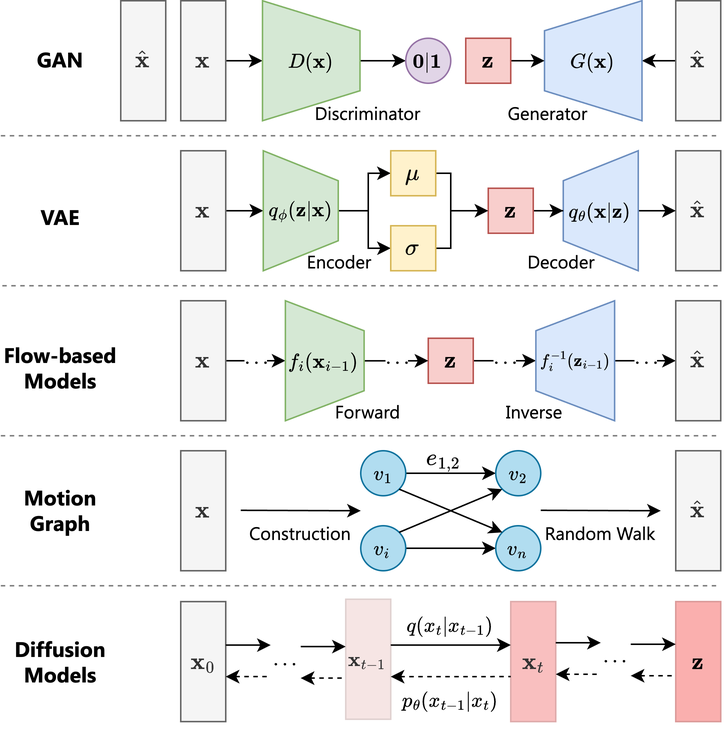
Above: thesis/images/GeneralOverview.png in hmthanh/master_thesis (draw.io), before the change. Source tidied: cells renumbered, new cells last; positions are measured from the earlier drawing's top-left corner, leaving out a move shared by most shapes.
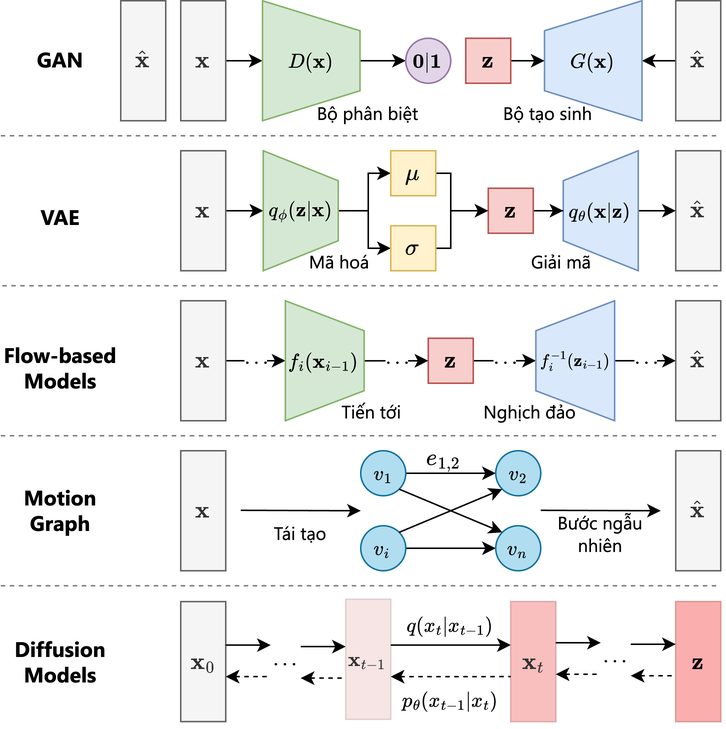
Above is the later version.

The edit, as a diff of the source:
```diff
@@ -246,10 +246,10 @@
         <mxPoint x="450" y="450" as="targetPoint" />
       </mxGeometry>
     </mxCell>
-    <mxCell id="70" value="Construction" style="text;html=1;align=center;verticalAlign=middle;whiteSpace=wrap;rounded=0;fontFamily=Segoe UI;" parent="1" vertex="1">
+    <mxCell id="70" value="Tái tạo" style="text;html=1;align=center;verticalAlign=middle;whiteSpace=wrap;rounded=0;fontFamily=SVN-Segoe UI;" parent="1" vertex="1">
       <mxGeometry x="160" y="340" width="80" height="30" as="geometry" />
     </mxCell>
-    <mxCell id="71" value="Random Walk" style="text;html=1;align=center;verticalAlign=middle;whiteSpace=wrap;rounded=0;fontFamily=Segoe UI;" parent="1" vertex="1">
+    <mxCell id="71" value="Bước ngẫu nhiên" style="text;html=1;align=center;verticalAlign=middle;whiteSpace=wrap;rounded=0;fontFamily=SVN-Segoe UI;" parent="1" vertex="1">
       <mxGeometry x="360" y="340" width="80" height="30" as="geometry" />
     </mxCell>
     <mxCell id="72" value="$$q(x_{t} |x_{t-1})$$" style="text;html=1;align=center;verticalAlign=middle;whiteSpace=wrap;rounded=0;fontFamily=Segoe UI;" parent="1" vertex="1">
@@ -258,11 +258,11 @@
     <mxCell id="73" value="$$p_\theta (x_{t-1} |x_{t})$$" style="text;html=1;align=center;verticalAlign=middle;whiteSpace=wrap;rounded=0;fontFamily=Segoe UI;" parent="1" vertex="1">
       <mxGeometry x="260" y="455.6" width="80" height="20" as="geometry" />
     </mxCell>
-    <mxCell id="74" value="Forward" style="text;html=1;align=center;verticalAlign=middle;whiteSpace=wrap;rounded=0;fontFamily=Segoe UI;" parent="1" vertex="1">
-      <mxGeometry x="205" y="259" width="80" height="30" as="geometry" />
+    <mxCell id="74" value="Tiến tới" style="text;html=1;align=center;verticalAlign=middle;whiteSpace=wrap;rounded=0;fontFamily=SVN-Segoe UI;" parent="1" vertex="1">
+      <mxGeometry x="215" y="259" width="65" height="30" as="geometry" />
     </mxCell>
-    <mxCell id="75" value="Inverse" style="text;html=1;align=center;verticalAlign=middle;whiteSpace=wrap;rounded=0;fontFamily=Segoe UI;" parent="1" vertex="1">
-      <mxGeometry x="316" y="259" width="80" height="30" as="geometry" />
+    <mxCell id="75" value="Nghịch đảo" style="text;html=1;align=center;verticalAlign=middle;whiteSpace=wrap;rounded=0;fontFamily=SVN-Segoe UI;" parent="1" vertex="1">
+      <mxGeometry x="310" y="259" width="86" height="30" as="geometry" />
     </mxCell>
     <mxCell id="76" value="$$f_i(\mathbf{x}_{i-1})$$" style="text;html=1;align=center;verticalAlign=middle;whiteSpace=wrap;rounded=0;fontSize=12;fontFamily=Segoe UI;" parent="1" vertex="1">
       <mxGeometry x="196" y="225" width="38" height="30" as="geometry" />
@@ -282,16 +282,16 @@
     <mxCell id="81" value="$$q_{\theta}(\mathbf{x} | \mathbf{z})$$" style="text;html=1;align=center;verticalAlign=middle;whiteSpace=wrap;rounded=0;fontSize=12;fontFamily=Segoe UI;" parent="1" vertex="1">
       <mxGeometry x="381" y="125" width="38" height="30" as="geometry" />
     </mxCell>
-    <mxCell id="82" value="Discriminator" style="text;html=1;align=center;verticalAlign=middle;whiteSpace=wrap;rounded=0;fontFamily=Segoe UI;" parent="1" vertex="1">
+    <mxCell id="82" value="Bộ phân biệt" style="text;html=1;align=center;verticalAlign=middle;whiteSpace=wrap;rounded=0;fontFamily=SVN-Segoe UI;" parent="1" vertex="1">
       <mxGeometry x="205" y="60" width="80" height="30" as="geometry" />
     </mxCell>
-    <mxCell id="83" value="Generator" style="text;html=1;align=center;verticalAlign=middle;whiteSpace=wrap;rounded=0;fontFamily=Segoe UI;" parent="1" vertex="1">
+    <mxCell id="83" value="Bộ tạo sinh" style="text;html=1;align=center;verticalAlign=middle;whiteSpace=wrap;rounded=0;fontFamily=SVN-Segoe UI;" parent="1" vertex="1">
       <mxGeometry x="325" y="60" width="80" height="30" as="geometry" />
     </mxCell>
-    <mxCell id="84" value="Encoder" style="text;html=1;align=center;verticalAlign=middle;whiteSpace=wrap;rounded=0;fontFamily=Segoe UI;" parent="1" vertex="1">
+    <mxCell id="84" value="Mã hoá" style="text;html=1;align=center;verticalAlign=middle;whiteSpace=wrap;rounded=0;fontFamily=SVN-Segoe UI;" parent="1" vertex="1">
       <mxGeometry x="186" y="159" width="80" height="30" as="geometry" />
     </mxCell>
-    <mxCell id="85" value="Decoder" style="text;html=1;align=center;verticalAlign=middle;whiteSpace=wrap;rounded=0;fontFamily=Segoe UI;" parent="1" vertex="1">
+    <mxCell id="85" value="Giải mã" style="text;html=1;align=center;verticalAlign=middle;whiteSpace=wrap;rounded=0;fontFamily=SVN-Segoe UI;" parent="1" vertex="1">
       <mxGeometry x="334" y="159" width="80" height="30" as="geometry" />
     </mxCell>
     <mxCell id="86" style="endArrow=none;html=1;rounded=0;fontColor=#B3B3B3;dashed=1;strokeColor=#808080;" parent="1" edge="1">
```
